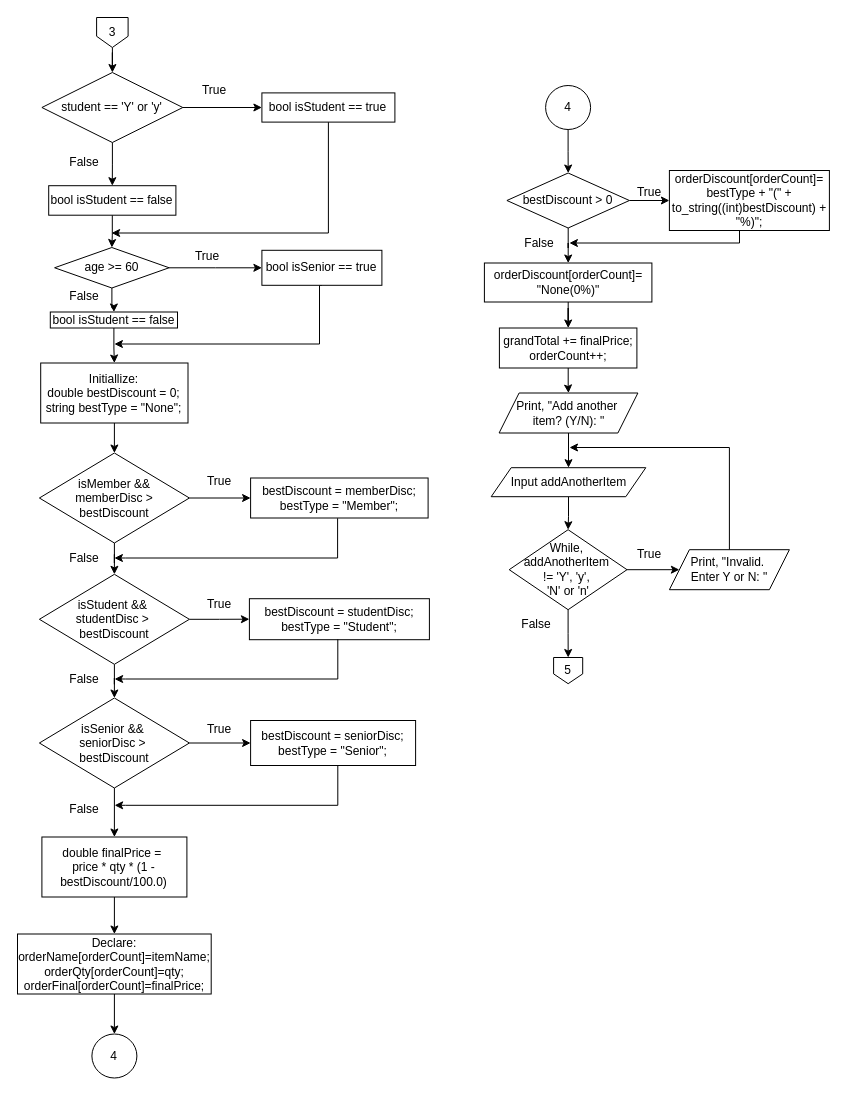
cr0w-l0rd/Restaurant_Ordering_and_Billing_System keeps this draw.io diagram as page "Page-4" (4 of 4) of flowchart_group8_DCSI.drawio. Above is the earlier version. Source tidied: cells renumbered, new cells numbered last; positions are measured from the earlier drawing's top-left corner, leaving out a move shared by most shapes. Both pictures are drawn from the tidied source at 100%, with x=0, y=0 at pixel (17, 17).
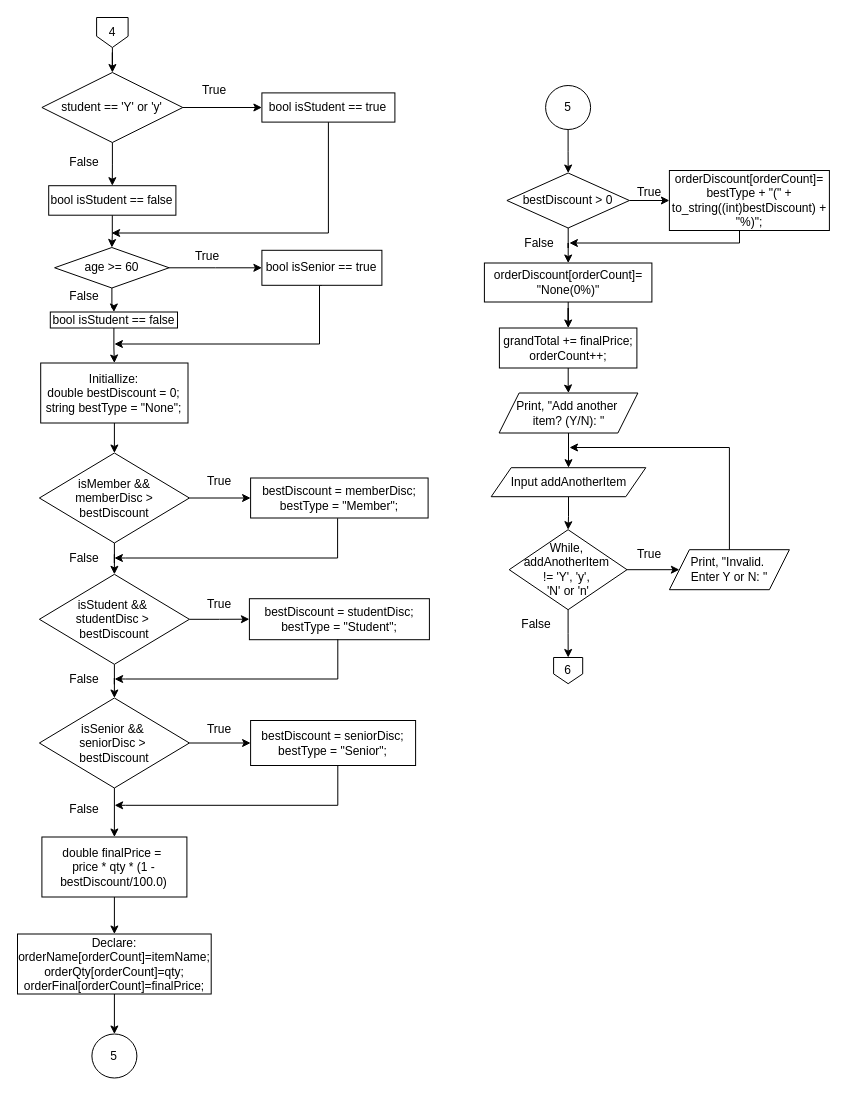
The same page after the edit.

Diff of the diagram source:
```diff
@@
-    <mxCell id="3" value="3" style="shape=offPageConnector;whiteSpace=wrap;html=1;" parent="1" vertex="1">
+    <mxCell id="3" value="4" style="shape=offPageConnector;whiteSpace=wrap;html=1;" parent="1" vertex="1">
       <mxGeometry x="79.1" width="31.5" height="30" as="geometry" />
     </mxCell>
@@
-    <mxCell id="45" value="4" style="ellipse;whiteSpace=wrap;html=1;rounded=0;" parent="1" vertex="1">
+    <mxCell id="45" value="5" style="ellipse;whiteSpace=wrap;html=1;rounded=0;" parent="1" vertex="1">
       <mxGeometry x="74.4" y="1016.5" width="45" height="44" as="geometry" />
     </mxCell>
@@
-    <mxCell id="47" value="4" style="ellipse;whiteSpace=wrap;html=1;rounded=0;" parent="1" vertex="1">
+    <mxCell id="47" value="5" style="ellipse;whiteSpace=wrap;html=1;rounded=0;" parent="1" vertex="1">
       <mxGeometry x="528.1" y="68" width="45" height="44" as="geometry" />
     </mxCell>
@@
-    <mxCell id="68" value="5" style="shape=offPageConnector;whiteSpace=wrap;html=1;" parent="1" vertex="1">
+    <mxCell id="68" value="6" style="shape=offPageConnector;whiteSpace=wrap;html=1;" parent="1" vertex="1">
       <mxGeometry x="536.1" y="640" width="29.1" height="26.2" as="geometry" />
     </mxCell>
```
